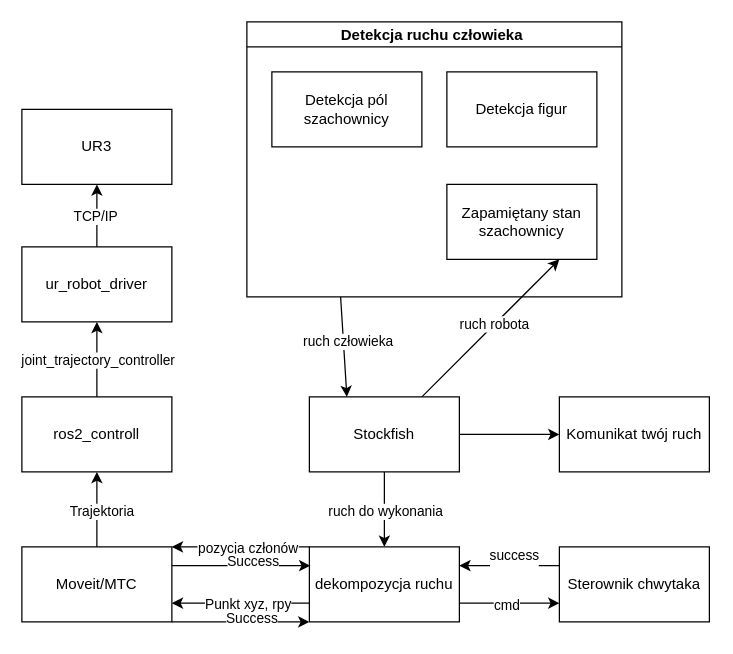
This is diagram.drawio from igorsiata/ur3_chess_player, a draw.io file, before an edit. Source tidied: cells renumbered, new cells numbered last; positions are measured from the earlier drawing's top-left corner, leaving out a move shared by most shapes. Both pictures are drawn from the tidied source at 125%, with x=0, y=0 at pixel (21, 21).
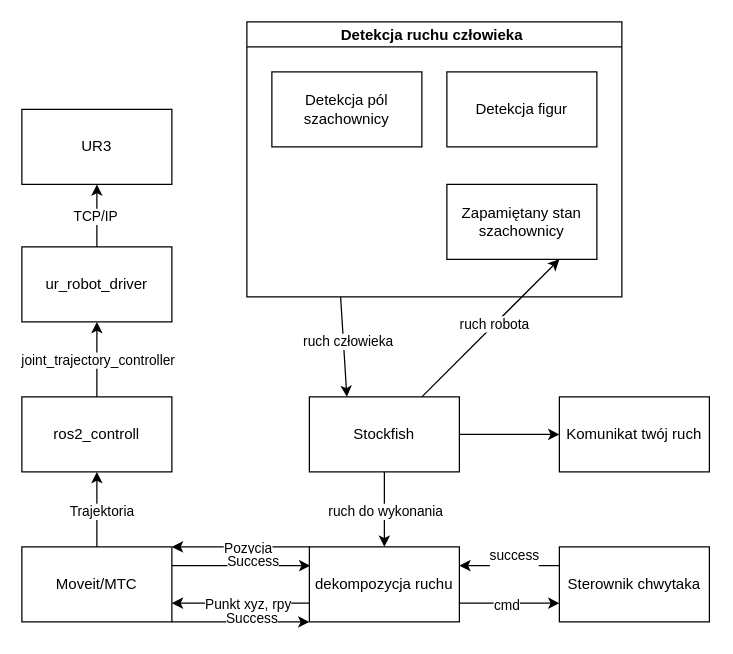
Above is the later version.

Unchanged cells that the change refers to:
```xml
<mxCell id="24" style="edgeStyle=none;html=1;exitX=0;exitY=0;exitDx=0;exitDy=0;entryX=1;entryY=0;entryDx=0;entryDy=0;" parent="1" edge="1" source="26" target="10">
  <mxGeometry relative="1" as="geometry" />
</mxCell>
```

What changed in the source:
```diff
@@
-    <mxCell id="25" value="pozycja członów" style="edgeLabel;html=1;align=center;verticalAlign=middle;" parent="24" vertex="1">
+    <mxCell id="25" value="Pozycja" style="edgeLabel;html=1;align=center;verticalAlign=middle;" parent="24" vertex="1">
       <mxGeometry x="0.22" y="1" relative="1" as="geometry">
         <mxPoint x="17" y="-1" as="offset" />
       </mxGeometry>
     </mxCell>
```
